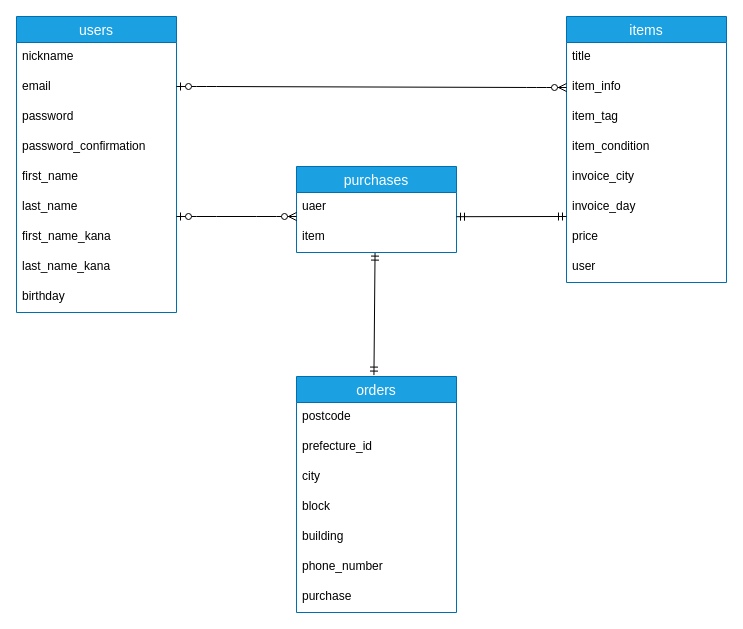
Above: furima.dio in mackey-048/furima-39981 (draw.io), before the change. Source tidied: cells renumbered, new cells numbered last; positions are measured from the earlier drawing's top-left corner, leaving out a move shared by most shapes. Both pictures are drawn from the tidied source at 100%, with x=0, y=0 at pixel (16, 16).
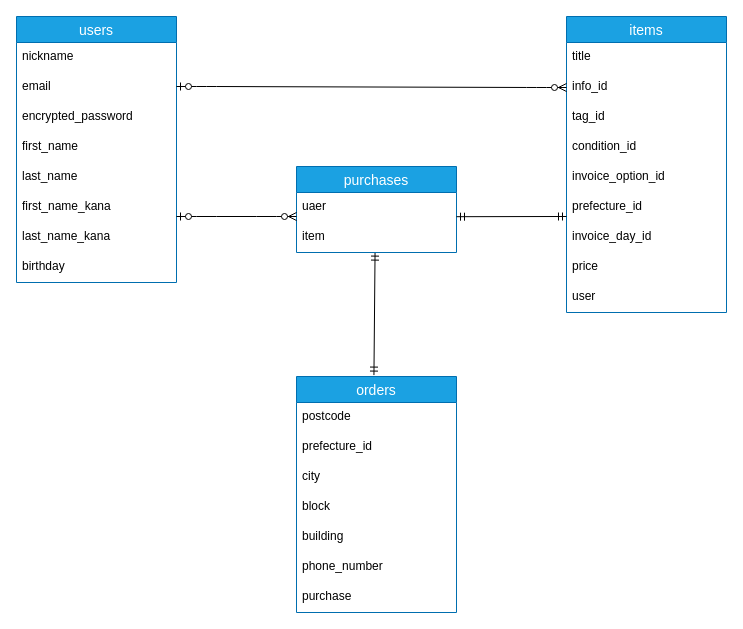
The same diagram, later.

Commit message (it also covers changes not shown here):
ER図、READMEの修正

Change to the diagram source:
```diff
@@
     <mxCell id="2" value="users" style="swimlane;fontStyle=0;horizontal=1;startSize=26;align=center;fontSize=14;fillColor=#1ba1e2;fontColor=#ffffff;strokeColor=#006EAF;" parent="1" vertex="1">
-      <mxGeometry width="160" height="296" as="geometry" />
+      <mxGeometry width="160" height="266" as="geometry" />
     </mxCell>
@@
-    <mxCell id="5" value="password" style="text;strokeColor=none;fillColor=none;spacingLeft=4;spacingRight=4;overflow=hidden;fontSize=12;" parent="2" vertex="1">
+    <mxCell id="5" value="encrypted_password" style="text;strokeColor=none;fillColor=none;spacingLeft=4;spacingRight=4;overflow=hidden;fontSize=12;" parent="2" vertex="1">
       <mxGeometry y="86" width="160" height="30" as="geometry" />
     </mxCell>
-    <mxCell id="6" value="password_confirmation" style="text;strokeColor=none;fillColor=none;spacingLeft=4;spacingRight=4;overflow=hidden;fontSize=12;" parent="2" vertex="1">
-      <mxGeometry y="116" width="160" height="30" as="geometry" />
-    </mxCell>
     <mxCell id="7" value="first_name   " style="text;strokeColor=none;fillColor=none;spacingLeft=4;spacingRight=4;overflow=hidden;fontSize=12;" parent="2" vertex="1">
-      <mxGeometry y="146" width="160" height="30" as="geometry" />
+      <mxGeometry y="116" width="160" height="30" as="geometry" />
     </mxCell>
     <mxCell id="8" value="last_name" style="text;strokeColor=none;fillColor=none;spacingLeft=4;spacingRight=4;overflow=hidden;fontSize=12;" parent="2" vertex="1">
-      <mxGeometry y="176" width="160" height="30" as="geometry" />
+      <mxGeometry y="146" width="160" height="30" as="geometry" />
     </mxCell>
     <mxCell id="9" value="first_name_kana" style="text;strokeColor=none;fillColor=none;spacingLeft=4;spacingRight=4;overflow=hidden;fontSize=12;" parent="2" vertex="1">
-      <mxGeometry y="206" width="160" height="30" as="geometry" />
+      <mxGeometry y="176" width="160" height="30" as="geometry" />
     </mxCell>
     <mxCell id="10" value="last_name_kana" style="text;strokeColor=none;fillColor=none;spacingLeft=4;spacingRight=4;overflow=hidden;fontSize=12;" parent="2" vertex="1">
-      <mxGeometry y="236" width="160" height="30" as="geometry" />
+      <mxGeometry y="206" width="160" height="30" as="geometry" />
     </mxCell>
     <mxCell id="11" value="birthday" style="text;strokeColor=none;fillColor=none;spacingLeft=4;spacingRight=4;overflow=hidden;fontSize=12;" parent="2" vertex="1">
-      <mxGeometry y="266" width="160" height="30" as="geometry" />
+      <mxGeometry y="236" width="160" height="30" as="geometry" />
     </mxCell>
     <mxCell id="12" value="items" style="swimlane;fontStyle=0;horizontal=1;startSize=26;align=center;fontSize=14;fillColor=#1ba1e2;fontColor=#ffffff;strokeColor=#006EAF;" parent="1" vertex="1">
-      <mxGeometry x="550" width="160" height="266" as="geometry" />
+      <mxGeometry x="550" width="160" height="296" as="geometry" />
     </mxCell>
@@
-    <mxCell id="14" value="item_info" style="text;strokeColor=none;fillColor=none;spacingLeft=4;spacingRight=4;overflow=hidden;points=[[0,0.5],[1,0.5]];portConstraint=eastwest;fontSize=12;" parent="12" vertex="1">
+    <mxCell id="14" value="info_id" style="text;strokeColor=none;fillColor=none;spacingLeft=4;spacingRight=4;overflow=hidden;points=[[0,0.5],[1,0.5]];portConstraint=eastwest;fontSize=12;" parent="12" vertex="1">
       <mxGeometry y="56" width="160" height="30" as="geometry" />
     </mxCell>
-    <mxCell id="15" value="item_tag" style="text;strokeColor=none;fillColor=none;spacingLeft=4;spacingRight=4;overflow=hidden;fontSize=12;" parent="12" vertex="1">
+    <mxCell id="15" value="tag_id" style="text;strokeColor=none;fillColor=none;spacingLeft=4;spacingRight=4;overflow=hidden;fontSize=12;" parent="12" vertex="1">
       <mxGeometry y="86" width="160" height="30" as="geometry" />
     </mxCell>
-    <mxCell id="16" value="item_condition" style="text;strokeColor=none;fillColor=none;spacingLeft=4;spacingRight=4;overflow=hidden;fontSize=12;" parent="12" vertex="1">
+    <mxCell id="16" value="condition_id" style="text;strokeColor=none;fillColor=none;spacingLeft=4;spacingRight=4;overflow=hidden;fontSize=12;" parent="12" vertex="1">
       <mxGeometry y="116" width="160" height="30" as="geometry" />
     </mxCell>
-    <mxCell id="17" value="invoice_city" style="text;strokeColor=none;fillColor=none;spacingLeft=4;spacingRight=4;overflow=hidden;fontSize=12;" parent="12" vertex="1">
+    <mxCell id="17" value="invoice_option_id" style="text;strokeColor=none;fillColor=none;spacingLeft=4;spacingRight=4;overflow=hidden;fontSize=12;" parent="12" vertex="1">
       <mxGeometry y="146" width="160" height="30" as="geometry" />
     </mxCell>
-    <mxCell id="18" value="invoice_day" style="text;strokeColor=none;fillColor=none;spacingLeft=4;spacingRight=4;overflow=hidden;fontSize=12;" parent="12" vertex="1">
+    <mxCell id="18" value="prefecture_id" style="text;strokeColor=none;fillColor=none;spacingLeft=4;spacingRight=4;overflow=hidden;fontSize=12;" parent="12" vertex="1">
       <mxGeometry y="176" width="160" height="30" as="geometry" />
     </mxCell>
-    <mxCell id="19" value="price" style="text;strokeColor=none;fillColor=none;spacingLeft=4;spacingRight=4;overflow=hidden;fontSize=12;" parent="12" vertex="1">
+    <mxCell id="19" value="invoice_day_id" style="text;strokeColor=none;fillColor=none;spacingLeft=4;spacingRight=4;overflow=hidden;fontSize=12;" parent="12" vertex="1">
       <mxGeometry y="206" width="160" height="30" as="geometry" />
     </mxCell>
-    <mxCell id="20" value="user" style="text;strokeColor=none;fillColor=none;spacingLeft=4;spacingRight=4;overflow=hidden;fontSize=12;" parent="12" vertex="1">
+    <mxCell id="20" value="price" style="text;strokeColor=none;fillColor=none;spacingLeft=4;spacingRight=4;overflow=hidden;fontSize=12;" parent="12" vertex="1">
       <mxGeometry y="236" width="160" height="30" as="geometry" />
     </mxCell>
+    <mxCell id="36" value="user" style="text;strokeColor=none;fillColor=none;spacingLeft=4;spacingRight=4;overflow=hidden;fontSize=12;" parent="12" vertex="1">
+      <mxGeometry y="266" width="160" height="30" as="geometry" />
+    </mxCell>
```
